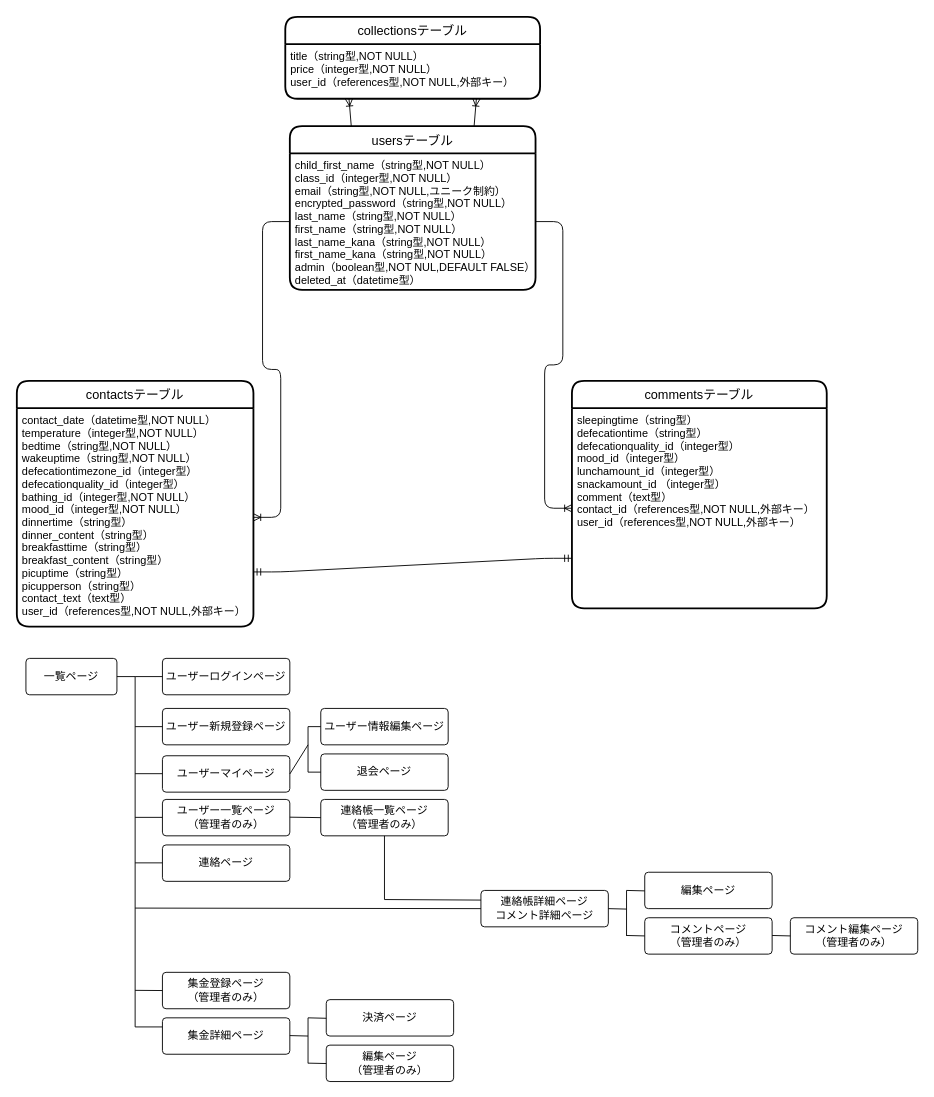
sugisanize/contact_book keeps this draw.io diagram as contact.dio. Above is the earlier version. Source tidied: cells renumbered, new cells numbered last; positions are measured from the earlier drawing's top-left corner, leaving out a move shared by most shapes. Both pictures are drawn from the tidied source at 91%, with x=0, y=0 at pixel (16, 16).
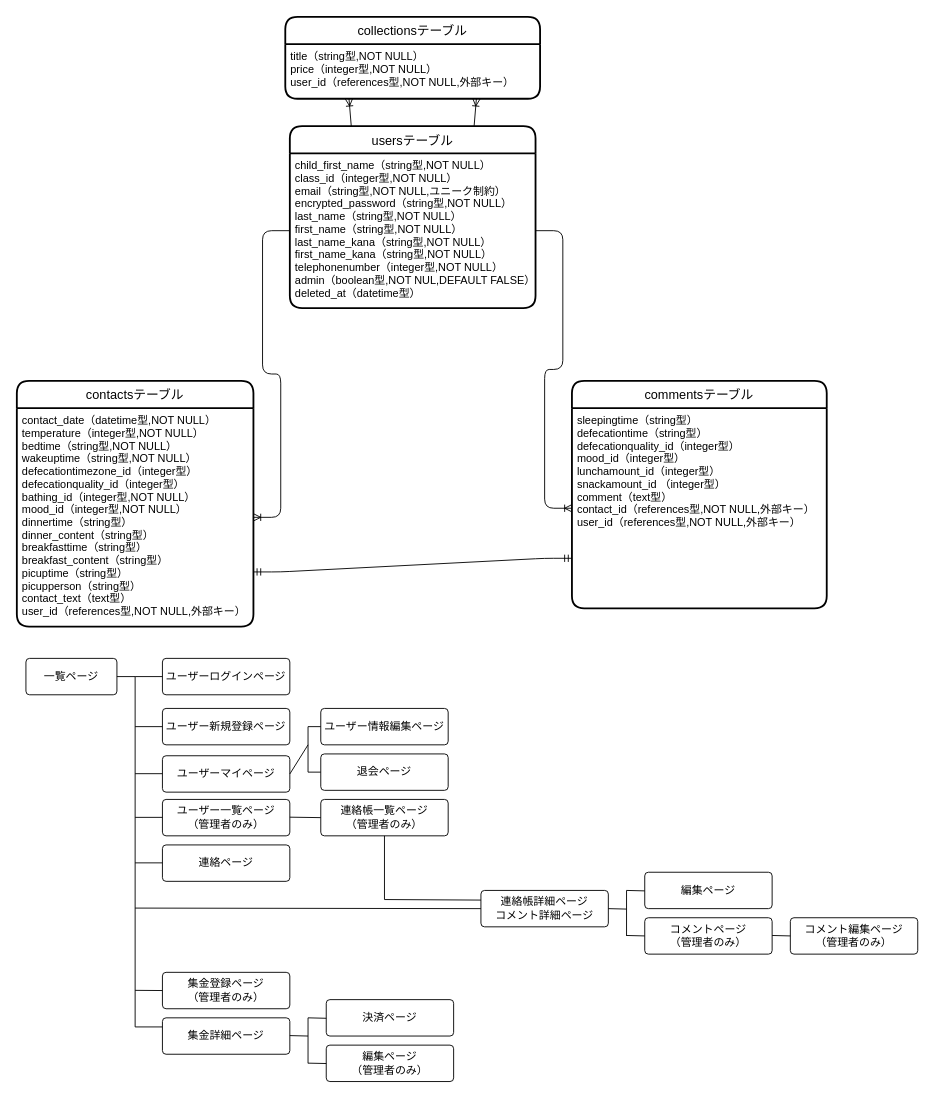
The same diagram, later.

Commit message:
userデータベースにカラム追加に伴うER図修正

The edit, as a diff of the source:
```diff
@@
     <mxCell id="2" value="usersテーブル" style="swimlane;horizontal=1;startSize=30;rounded=1;fontSize=14;fontStyle=0;strokeWidth=2;shadow=0;dashed=0;align=center;" parent="1" vertex="1">
-      <mxGeometry x="300" y="120" width="270" height="180" as="geometry" />
+      <mxGeometry x="300" y="120" width="270" height="200" as="geometry" />
     </mxCell>
-    <mxCell id="3" value="child_first_name（string型,NOT NULL）&#10;class_id（integer型,NOT NULL）&#10;email（string型,NOT NULL,ユニーク制約）&#10;encrypted_password（string型,NOT NULL）&#10;last_name（string型,NOT NULL）&#10;first_name（string型,NOT NULL）&#10;last_name_kana（string型,NOT NULL）&#10;first_name_kana（string型,NOT NULL）&#10;admin（boolean型,NOT NUL,DEFAULT FALSE）&#10;deleted_at（datetime型）" style="align=left;strokeColor=none;fillColor=none;spacingLeft=4;fontSize=12;verticalAlign=top;" parent="2" vertex="1">
-      <mxGeometry y="30" width="270" height="150" as="geometry" />
+    <mxCell id="3" value="child_first_name（string型,NOT NULL）&#10;class_id（integer型,NOT NULL）&#10;email（string型,NOT NULL,ユニーク制約）&#10;encrypted_password（string型,NOT NULL）&#10;last_name（string型,NOT NULL）&#10;first_name（string型,NOT NULL）&#10;last_name_kana（string型,NOT NULL）&#10;first_name_kana（string型,NOT NULL）&#10;telephonenumber（integer型,NOT NULL）&#10;admin（boolean型,NOT NUL,DEFAULT FALSE）&#10;deleted_at（datetime型）" style="align=left;strokeColor=none;fillColor=none;spacingLeft=4;fontSize=12;verticalAlign=top;" parent="2" vertex="1">
+      <mxGeometry y="30" width="270" height="170" as="geometry" />
     </mxCell>
```
